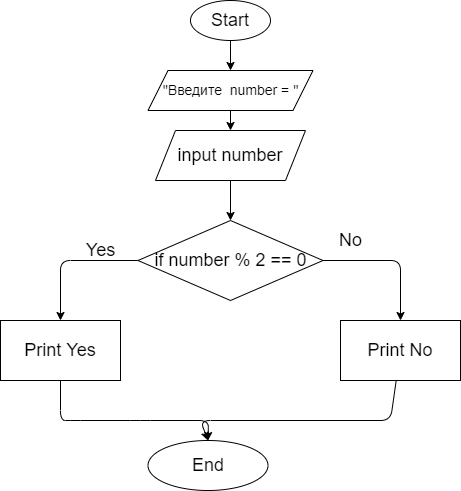
mrDEVGRU/CsharpSeminarProject keeps this draw.io diagram as Homework/Homework_01/Ex3/diagramEx3.drawio.png. Above is the earlier version. Source tidied: cells renumbered, new cells last; positions are measured from the earlier drawing's top-left corner, leaving out a move shared by most shapes.
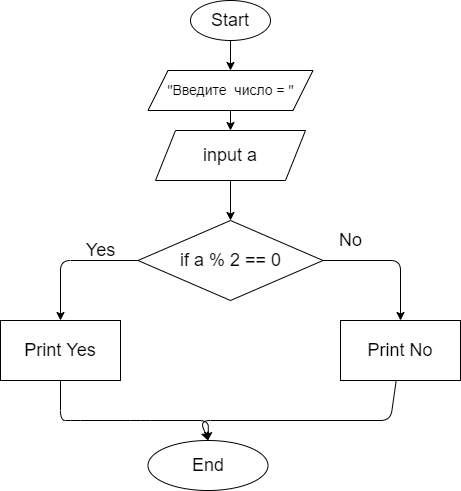
The same file after the commit.

Commit message:
Сделан код к Homework_01_Ex3

The edit, as a diff of the source:
```diff
@@ -11,13 +11,13 @@
     <mxCell id="4" style="edgeStyle=none;html=1;fontSize=18;" parent="1" edge="1" source="5" target="7">
       <mxGeometry relative="1" as="geometry" />
     </mxCell>
-    <mxCell id="5" value="&lt;font style=&quot;font-size: 14px;&quot;&gt;&quot;Введите&amp;nbsp; number = &quot;&lt;/font&gt;" style="shape=parallelogram;perimeter=parallelogramPerimeter;whiteSpace=wrap;html=1;fixedSize=1;" parent="1" vertex="1">
+    <mxCell id="5" value="&lt;font style=&quot;font-size: 14px;&quot;&gt;&quot;Введите&amp;nbsp; число = &quot;&lt;/font&gt;" style="shape=parallelogram;perimeter=parallelogramPerimeter;whiteSpace=wrap;html=1;fixedSize=1;" parent="1" vertex="1">
       <mxGeometry x="147.5" y="70" width="165" height="40" as="geometry" />
     </mxCell>
     <mxCell id="6" style="edgeStyle=none;html=1;fontSize=18;" parent="1" edge="1" source="7" target="10">
       <mxGeometry relative="1" as="geometry" />
     </mxCell>
-    <mxCell id="7" value="&lt;font style=&quot;font-size: 18px;&quot;&gt;input number&lt;/font&gt;" style="shape=parallelogram;perimeter=parallelogramPerimeter;whiteSpace=wrap;html=1;fixedSize=1;" parent="1" vertex="1">
+    <mxCell id="7" value="&lt;font style=&quot;font-size: 18px;&quot;&gt;input a&lt;/font&gt;" style="shape=parallelogram;perimeter=parallelogramPerimeter;whiteSpace=wrap;html=1;fixedSize=1;" parent="1" vertex="1">
       <mxGeometry x="155" y="130" width="150" height="50" as="geometry" />
     </mxCell>
     <mxCell id="8" style="edgeStyle=none;html=1;fontSize=18;" parent="1" edge="1" source="10" target="12">
@@ -34,7 +34,7 @@
         </Array>
       </mxGeometry>
     </mxCell>
-    <mxCell id="10" value="&lt;span style=&quot;font-size: 18px;&quot;&gt;if number % 2 == 0&lt;/span&gt;" style="rhombus;whiteSpace=wrap;html=1;" parent="1" vertex="1">
+    <mxCell id="10" value="&lt;span style=&quot;font-size: 18px;&quot;&gt;if a % 2 == 0&lt;/span&gt;" style="rhombus;whiteSpace=wrap;html=1;" parent="1" vertex="1">
       <mxGeometry x="137.5" y="220" width="185" height="80" as="geometry" />
     </mxCell>
     <mxCell id="11" style="edgeStyle=none;html=1;fontSize=18;entryX=0.5;entryY=0;entryDx=0;entryDy=0;" parent="1" edge="1" source="12" target="17">
```
